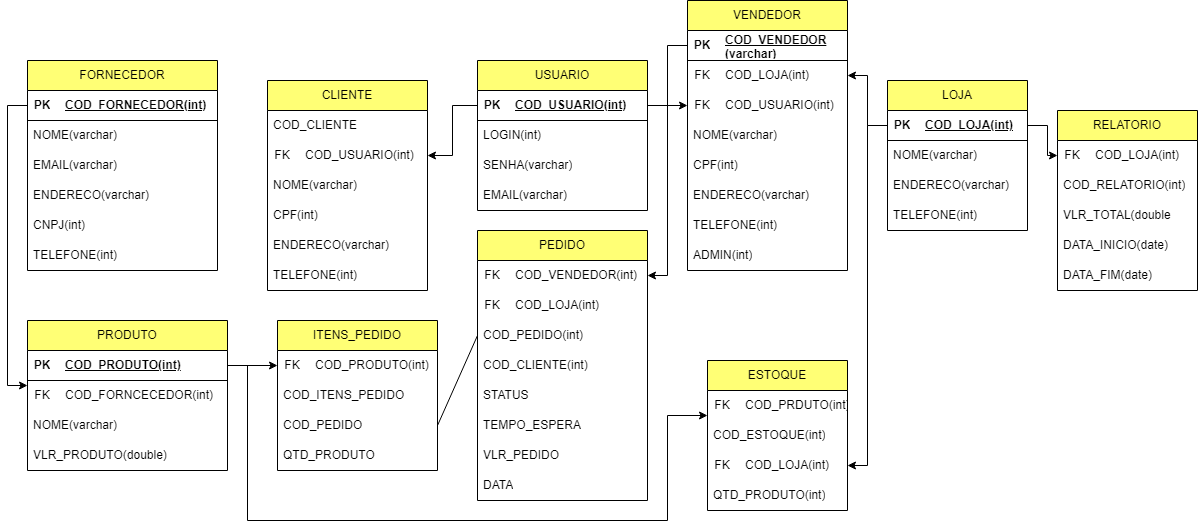
Before: ProjetoLógicoZéDelivery/zedelivery.drawio.png, a diagram exported from draw.io (NicolasKevin2/BD). Source tidied: cells renumbered, new cells last; positions are measured from the earlier drawing's top-left corner, leaving out a move shared by most shapes.
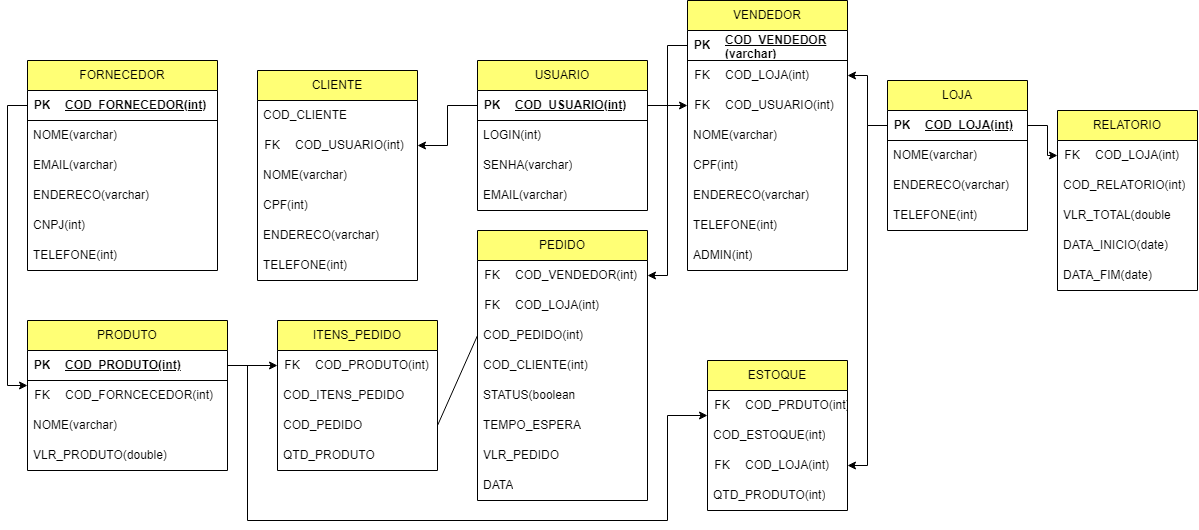
The same diagram one commit later.

Diff of the diagram source:
```diff
@@ -27,7 +27,7 @@
       <mxGeometry y="120" width="170" height="30" as="geometry" />
     </mxCell>
     <mxCell id="10" value="CLIENTE" style="swimlane;fontStyle=0;horizontal=1;startSize=30;whiteSpace=wrap;html=1;fillColor=#FFFF75;" parent="1" vertex="1">
-      <mxGeometry x="260" y="80" width="160" height="210" as="geometry" />
+      <mxGeometry x="250" y="70" width="160" height="210" as="geometry" />
     </mxCell>
     <mxCell id="11" value="COD_CLIENTE" style="text;strokeColor=none;fillColor=none;align=left;verticalAlign=middle;spacingLeft=4;spacingRight=4;overflow=hidden;whiteSpace=wrap;html=1;" parent="10" vertex="1">
       <mxGeometry y="30" width="160" height="30" as="geometry" />
@@ -164,7 +164,7 @@
     <mxCell id="55" value="COD_CLIENTE(int)" style="text;strokeColor=none;fillColor=none;align=left;verticalAlign=middle;spacingLeft=4;spacingRight=4;overflow=hidden;whiteSpace=wrap;html=1;" parent="45" vertex="1">
       <mxGeometry y="120" width="170" height="30" as="geometry" />
     </mxCell>
-    <mxCell id="56" value="STATUS" style="text;strokeColor=none;fillColor=none;align=left;verticalAlign=middle;spacingLeft=4;spacingRight=4;overflow=hidden;whiteSpace=wrap;html=1;" parent="45" vertex="1">
+    <mxCell id="56" value="STATUS(boolean" style="text;strokeColor=none;fillColor=none;align=left;verticalAlign=middle;spacingLeft=4;spacingRight=4;overflow=hidden;whiteSpace=wrap;html=1;" parent="45" vertex="1">
       <mxGeometry y="150" width="170" height="30" as="geometry" />
     </mxCell>
     <mxCell id="57" value="TEMPO_ESPERA" style="text;strokeColor=none;fillColor=none;align=left;verticalAlign=middle;spacingLeft=4;spacingRight=4;overflow=hidden;whiteSpace=wrap;html=1;" parent="45" vertex="1">
```
